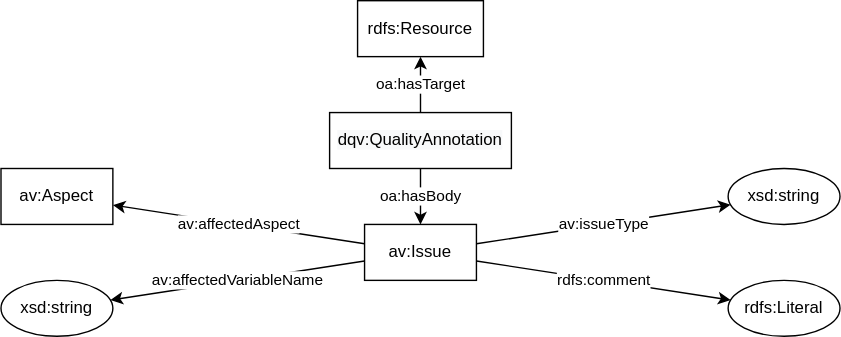
fusion-jena/abecto-vocabulary keeps this draw.io diagram as issueGraph.svg. Above is the earlier version. Source tidied: cells renumbered, new cells last; positions are measured from the earlier drawing's top-left corner, leaving out a move shared by most shapes.
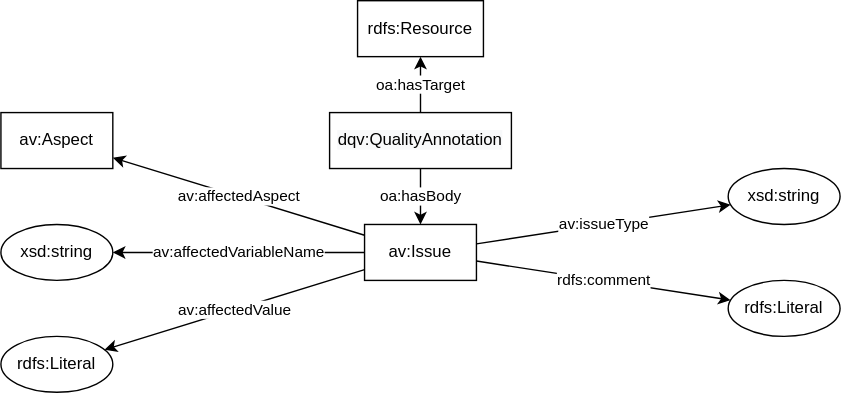
Later version of the same file.

Change to the diagram source:
```diff
@@ -18,10 +18,10 @@
       <mxGeometry relative="1" as="geometry" />
     </mxCell>
     <mxCell id="7" value="xsd:string" style="ellipse;whiteSpace=wrap;html=1;" parent="1" vertex="1">
-      <mxGeometry y="200" width="80" height="40" as="geometry" />
+      <mxGeometry y="160" width="80" height="40" as="geometry" />
     </mxCell>
     <mxCell id="8" value="av:Aspect" style="whiteSpace=wrap;html=1;" parent="1" vertex="1">
-      <mxGeometry y="120" width="80" height="40" as="geometry" />
+      <mxGeometry y="80" width="80" height="40" as="geometry" />
     </mxCell>
     <mxCell id="9" value="rdfs:Resource" style="whiteSpace=wrap;html=1;" parent="1" vertex="1">
       <mxGeometry x="255" width="90" height="40" as="geometry" />
@@ -41,5 +41,11 @@
     <mxCell id="14" value="av:issueType" style="rounded=0;jettySize=auto;html=1;" parent="1" edge="1" source="4" target="13">
       <mxGeometry relative="1" as="geometry" />
     </mxCell>
+    <mxCell id="15" value="rdfs:Literal" style="ellipse;whiteSpace=wrap;html=1;" parent="1" vertex="1">
+      <mxGeometry y="240" width="80" height="40" as="geometry" />
+    </mxCell>
+    <mxCell id="16" value="av:affectedValue" style="edgeStyle=none;rounded=0;jettySize=auto;html=1;" parent="1" edge="1" source="4" target="15">
+      <mxGeometry relative="1" as="geometry" />
+    </mxCell>
   </root>
 </mxGraphModel>
```
